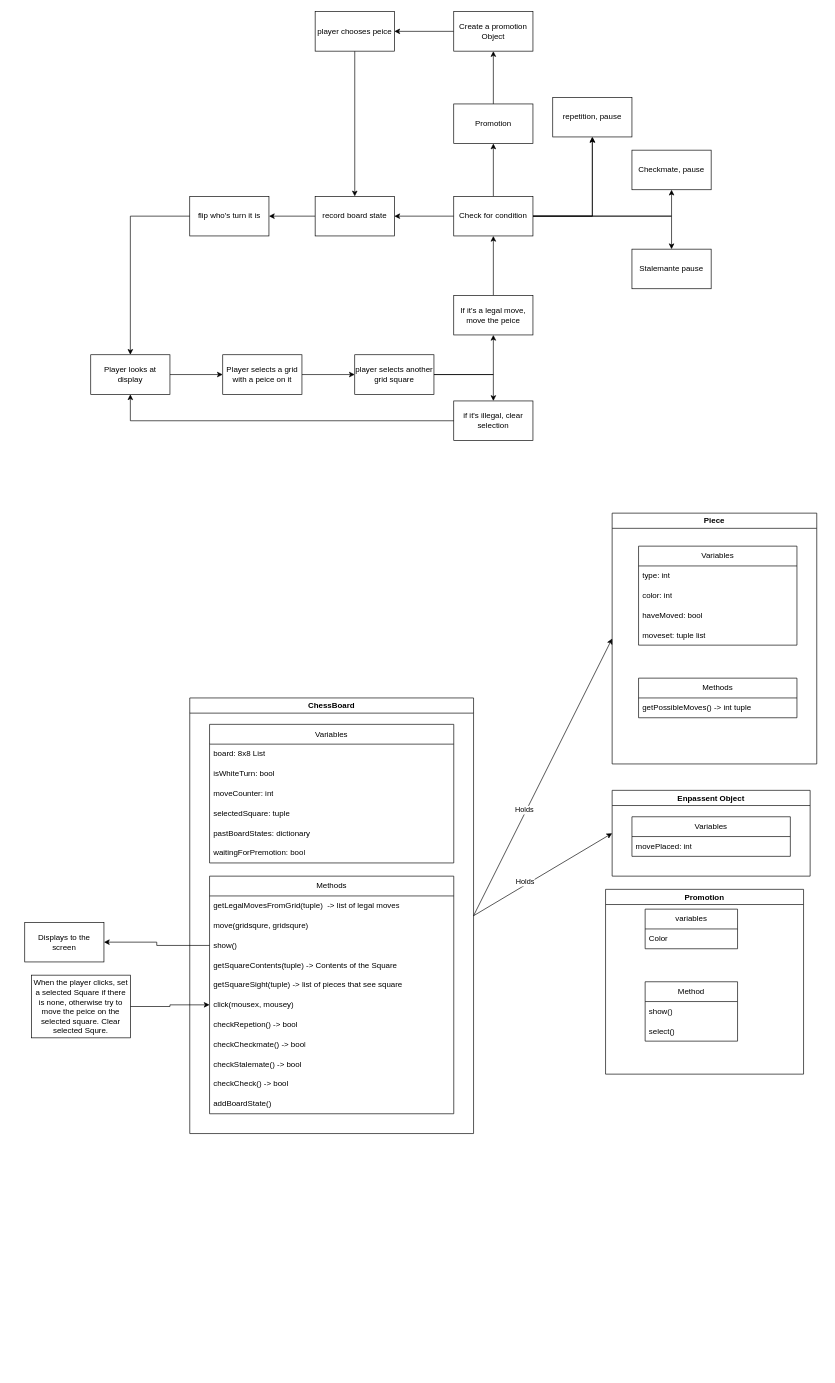
This is UML plans/ChessGame.drawio from KirilBourakov/PestoFish2, a draw.io file, before an edit. Source tidied: cells renumbered, new cells numbered last; positions are measured from the earlier drawing's top-left corner, leaving out a move shared by most shapes. Both pictures are drawn from the tidied source at 66%, with x=0, y=0 at pixel (24, 11).
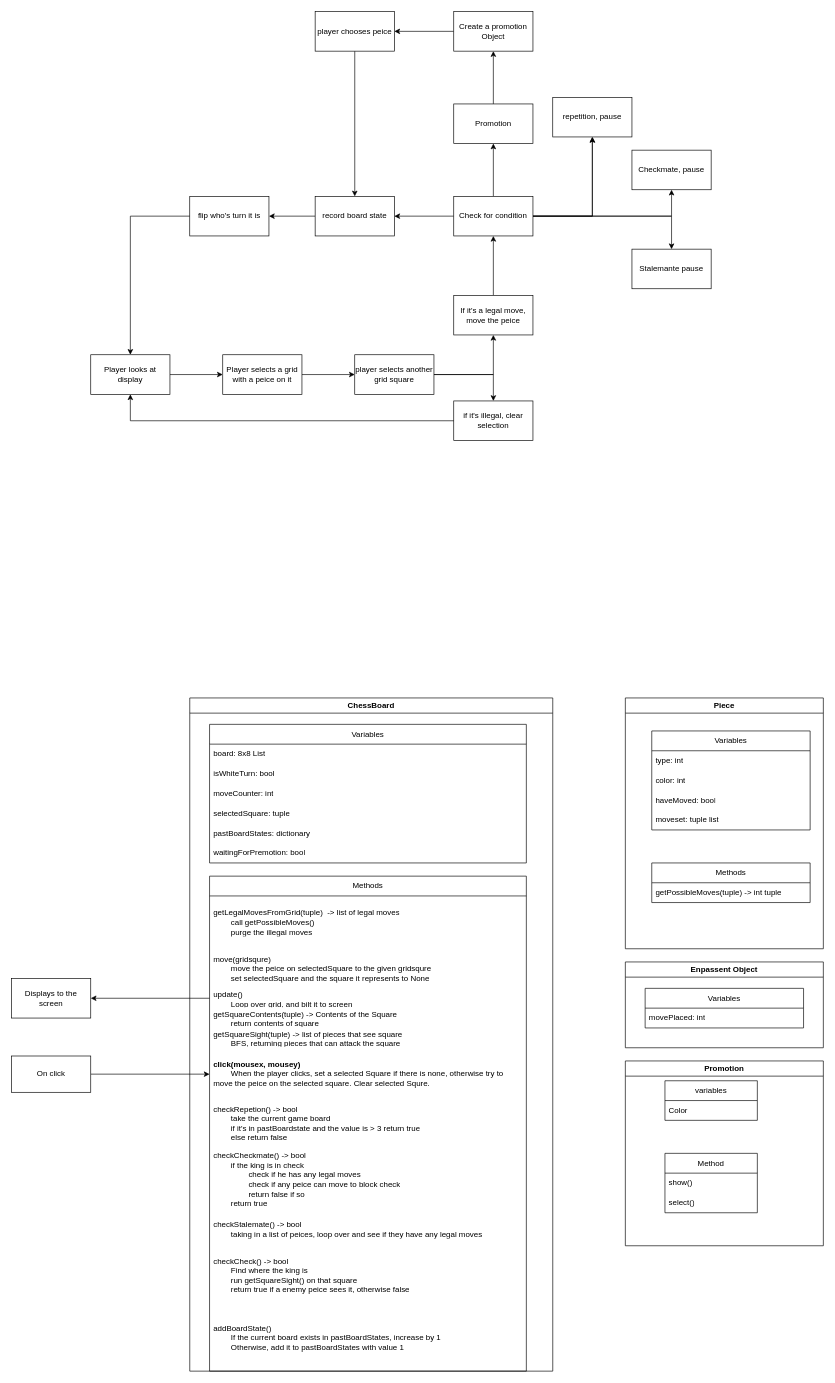
Above is the later version.

Commit message (it also covers changes not shown here):
updated chess game plan

The change refers to these unchanged cells:
```xml
<mxCell id="28" value="Methods" style="swimlane;fontStyle=0;horizontal=1;startSize=30;whiteSpace=wrap;html=1;" parent="22" vertex="1">
  <mxGeometry x="40" y="250" width="240" height="60" as="geometry" />
</mxCell>
```

Change to the diagram source:
```diff
@@
     <mxCell id="2" value="ChessBoard" style="swimlane;whiteSpace=wrap;html=1;" parent="1" vertex="1">
-      <mxGeometry x="250" y="1040" width="430" height="660" as="geometry" />
+      <mxGeometry x="250" y="1040" width="550" height="1020" as="geometry" />
     </mxCell>
     <mxCell id="3" value="Variables" style="swimlane;fontStyle=0;horizontal=1;startSize=30;whiteSpace=wrap;html=1;" parent="2" vertex="1">
-      <mxGeometry x="30" y="40" width="370" height="210" as="geometry" />
+      <mxGeometry x="30" y="40" width="480" height="210" as="geometry" />
     </mxCell>
     <mxCell id="4" value="&lt;span style=&quot;text-align: center;&quot;&gt;board: 8x8 List&lt;/span&gt;" style="text;strokeColor=none;fillColor=none;align=left;verticalAlign=middle;spacingLeft=4;spacingRight=4;overflow=hidden;whiteSpace=wrap;html=1;" parent="3" vertex="1">
-      <mxGeometry y="30" width="370" height="30" as="geometry" />
+      <mxGeometry y="30" width="480" height="30" as="geometry" />
     </mxCell>
     <mxCell id="5" value="isWhiteTurn: bool" style="text;strokeColor=none;fillColor=none;align=left;verticalAlign=middle;spacingLeft=4;spacingRight=4;overflow=hidden;whiteSpace=wrap;html=1;" parent="3" vertex="1">
-      <mxGeometry y="60" width="370" height="30" as="geometry" />
+      <mxGeometry y="60" width="480" height="30" as="geometry" />
     </mxCell>
     <mxCell id="6" value="moveCounter: int" style="text;strokeColor=none;fillColor=none;align=left;verticalAlign=middle;spacingLeft=4;spacingRight=4;overflow=hidden;whiteSpace=wrap;html=1;" parent="3" vertex="1">
-      <mxGeometry y="90" width="370" height="30" as="geometry" />
+      <mxGeometry y="90" width="480" height="30" as="geometry" />
     </mxCell>
     <mxCell id="7" value="selectedSquare: tuple" style="text;strokeColor=none;fillColor=none;align=left;verticalAlign=middle;spacingLeft=4;spacingRight=4;overflow=hidden;whiteSpace=wrap;html=1;" parent="3" vertex="1">
-      <mxGeometry y="120" width="370" height="30" as="geometry" />
+      <mxGeometry y="120" width="480" height="30" as="geometry" />
     </mxCell>
     <mxCell id="8" value="pastBoardStates: dictionary" style="text;strokeColor=none;fillColor=none;align=left;verticalAlign=middle;spacingLeft=4;spacingRight=4;overflow=hidden;whiteSpace=wrap;html=1;" parent="3" vertex="1">
-      <mxGeometry y="150" width="370" height="30" as="geometry" />
+      <mxGeometry y="150" width="480" height="30" as="geometry" />
     </mxCell>
     <mxCell id="9" value="waitingForPremotion: bool" style="text;strokeColor=none;fillColor=none;align=left;verticalAlign=middle;spacingLeft=4;spacingRight=4;overflow=hidden;whiteSpace=wrap;html=1;" parent="3" vertex="1">
-      <mxGeometry y="180" width="370" height="30" as="geometry" />
+      <mxGeometry y="180" width="480" height="30" as="geometry" />
     </mxCell>
     <mxCell id="10" value="Methods" style="swimlane;fontStyle=0;horizontal=1;startSize=30;whiteSpace=wrap;html=1;" parent="2" vertex="1">
-      <mxGeometry x="30" y="270" width="370" height="360" as="geometry" />
+      <mxGeometry x="30" y="270" width="480" height="750" as="geometry" />
     </mxCell>
-    <mxCell id="11" value="&lt;span style=&quot;text-align: center;&quot;&gt;getLegalMovesFromGrid(&lt;/span&gt;tuple&lt;span style=&quot;text-align: center;&quot;&gt;)&amp;nbsp; -&amp;gt; list of legal moves&lt;br&gt;&lt;/span&gt;" style="text;strokeColor=none;fillColor=none;align=left;verticalAlign=middle;spacingLeft=4;spacingRight=4;overflow=hidden;whiteSpace=wrap;html=1;" parent="10" vertex="1">
-      <mxGeometry y="30" width="370" height="30" as="geometry" />
+    <mxCell id="11" value="&lt;span style=&quot;text-align: center; text-wrap: nowrap;&quot;&gt;getLegalMovesFromGrid(tuple)&amp;nbsp; -&amp;gt; list of legal moves&lt;br&gt;&lt;/span&gt;&lt;span style=&quot;text-align: center;&quot;&gt;&lt;span style=&quot;white-space: pre;&quot;&gt;&#9;&lt;/span&gt;call getPossibleMoves()&lt;br&gt;&lt;span style=&quot;white-space: pre;&quot;&gt;&#9;&lt;/span&gt;purge the illegal moves&lt;br&gt;&lt;/span&gt;" style="text;strokeColor=none;fillColor=none;align=left;verticalAlign=middle;spacingLeft=4;spacingRight=4;overflow=hidden;whiteSpace=wrap;html=1;" parent="10" vertex="1">
+      <mxGeometry y="30" width="480" height="80" as="geometry" />
     </mxCell>
-    <mxCell id="12" value="move(gridsqure, gridsqure)" style="text;strokeColor=none;fillColor=none;align=left;verticalAlign=middle;spacingLeft=4;spacingRight=4;overflow=hidden;whiteSpace=wrap;html=1;" parent="10" vertex="1">
-      <mxGeometry y="60" width="370" height="30" as="geometry" />
+    <mxCell id="12" value="move(gridsqure)&lt;br&gt;&lt;span style=&quot;white-space: pre;&quot;&gt;&#9;&lt;/span&gt;move the peice on selectedSquare to the given gridsqure&lt;br&gt;&lt;span style=&quot;white-space: pre;&quot;&gt;&#9;&lt;/span&gt;set selectedSquare&amp;nbsp;and the square it represents to None" style="text;strokeColor=none;fillColor=none;align=left;verticalAlign=middle;spacingLeft=4;spacingRight=4;overflow=hidden;whiteSpace=wrap;html=1;" parent="10" vertex="1">
+      <mxGeometry y="110" width="480" height="60" as="geometry" />
     </mxCell>
-    <mxCell id="13" value="show()" style="text;strokeColor=none;fillColor=none;align=left;verticalAlign=middle;spacingLeft=4;spacingRight=4;overflow=hidden;points=[[0,0.5],[1,0.5]];portConstraint=eastwest;whiteSpace=wrap;html=1;" parent="10" vertex="1">
-      <mxGeometry y="90" width="370" height="30" as="geometry" />
+    <mxCell id="13" value="update()&lt;br&gt;&lt;span style=&quot;white-space: pre;&quot;&gt;&#9;&lt;/span&gt;Loop over grid, and bilt it to screen" style="text;strokeColor=none;fillColor=none;align=left;verticalAlign=middle;spacingLeft=4;spacingRight=4;overflow=hidden;points=[[0,0.5],[1,0.5]];portConstraint=eastwest;whiteSpace=wrap;html=1;" parent="10" vertex="1">
+      <mxGeometry y="170" width="480" height="30" as="geometry" />
     </mxCell>
-    <mxCell id="14" value="getSquareContents(tuple) -&amp;gt; Contents of the Square" style="text;strokeColor=none;fillColor=none;align=left;verticalAlign=middle;spacingLeft=4;spacingRight=4;overflow=hidden;whiteSpace=wrap;html=1;" parent="10" vertex="1">
-      <mxGeometry y="120" width="370" height="30" as="geometry" />
+    <mxCell id="14" value="getSquareContents(tuple) -&amp;gt; Contents of the Square&lt;span style=&quot;white-space: pre;&quot;&gt;&#9;&lt;/span&gt;&lt;div&gt;&lt;span style=&quot;white-space: pre;&quot;&gt;&#9;&lt;/span&gt;return contents of square&lt;br&gt;&lt;/div&gt;" style="text;strokeColor=none;fillColor=none;align=left;verticalAlign=middle;spacingLeft=4;spacingRight=4;overflow=hidden;whiteSpace=wrap;html=1;" parent="10" vertex="1">
+      <mxGeometry y="200" width="480" height="30" as="geometry" />
     </mxCell>
-    <mxCell id="15" value="getSquareSight(tuple) -&amp;gt; list of pieces that see square" style="text;strokeColor=none;fillColor=none;align=left;verticalAlign=middle;spacingLeft=4;spacingRight=4;overflow=hidden;whiteSpace=wrap;html=1;" parent="10" vertex="1">
-      <mxGeometry y="150" width="370" height="30" as="geometry" />
+    <mxCell id="15" value="getSquareSight(tuple) -&amp;gt; list of pieces that see square&lt;br&gt;&lt;span style=&quot;white-space: pre;&quot;&gt;&#9;&lt;/span&gt;BFS, returning pieces that can attack the square" style="text;strokeColor=none;fillColor=none;align=left;verticalAlign=middle;spacingLeft=4;spacingRight=4;overflow=hidden;whiteSpace=wrap;html=1;" parent="10" vertex="1">
+      <mxGeometry y="230" width="480" height="30" as="geometry" />
     </mxCell>
-    <mxCell id="16" value="click(mousex, mousey)" style="text;strokeColor=none;fillColor=none;align=left;verticalAlign=middle;spacingLeft=4;spacingRight=4;overflow=hidden;points=[[0,0.5],[1,0.5]];portConstraint=eastwest;whiteSpace=wrap;html=1;" parent="10" vertex="1">
-      <mxGeometry y="180" width="370" height="30" as="geometry" />
+    <mxCell id="16" value="&lt;b&gt;click(mousex, mousey)&lt;br&gt;&lt;/b&gt;&lt;span style=&quot;text-align: center;&quot;&gt;&lt;span style=&quot;white-space: pre;&quot;&gt;&#9;&lt;/span&gt;When the player clicks, set a selected Square if there is none, otherwise try to move the peice on the selected square. Clear selected Squre.&lt;/span&gt;" style="text;strokeColor=none;fillColor=none;align=left;verticalAlign=middle;spacingLeft=4;spacingRight=4;overflow=hidden;points=[[0,0.5],[1,0.5]];portConstraint=eastwest;whiteSpace=wrap;html=1;" parent="10" vertex="1">
+      <mxGeometry y="260" width="480" height="80" as="geometry" />
     </mxCell>
-    <mxCell id="17" value="checkRepetion() -&amp;gt; bool" style="text;strokeColor=none;fillColor=none;align=left;verticalAlign=middle;spacingLeft=4;spacingRight=4;overflow=hidden;whiteSpace=wrap;html=1;" parent="10" vertex="1">
-      <mxGeometry y="210" width="370" height="30" as="geometry" />
+    <mxCell id="17" value="checkRepetion() -&amp;gt; bool&lt;div&gt;&lt;span style=&quot;white-space: pre;&quot;&gt;&#9;&lt;/span&gt;take the current game board&lt;br&gt;&lt;span style=&quot;white-space: pre;&quot;&gt;&#9;&lt;/span&gt;if it's in pastBoardstate and the value is &amp;gt; 3 return true&lt;br&gt;&lt;span style=&quot;white-space: pre;&quot;&gt;&#9;&lt;/span&gt;else return false&lt;br&gt;&lt;/div&gt;" style="text;strokeColor=none;fillColor=none;align=left;verticalAlign=middle;spacingLeft=4;spacingRight=4;overflow=hidden;whiteSpace=wrap;html=1;" parent="10" vertex="1">
+      <mxGeometry y="340" width="480" height="70" as="geometry" />
     </mxCell>
-    <mxCell id="18" value="checkCheckmate() -&amp;gt; bool" style="text;strokeColor=none;fillColor=none;align=left;verticalAlign=middle;spacingLeft=4;spacingRight=4;overflow=hidden;whiteSpace=wrap;html=1;" parent="10" vertex="1">
-      <mxGeometry y="240" width="370" height="30" as="geometry" />
+    <mxCell id="18" value="checkCheckmate() -&amp;gt; bool&lt;br&gt;&lt;span style=&quot;white-space: pre;&quot;&gt;&#9;&lt;/span&gt;if the king is in check&lt;br&gt;&lt;span style=&quot;white-space: pre;&quot;&gt;&#9;&lt;/span&gt;&lt;span style=&quot;white-space: pre;&quot;&gt;&#9;&lt;/span&gt;check if he has any legal moves&lt;br&gt;&lt;span style=&quot;white-space: pre;&quot;&gt;&#9;&lt;/span&gt;&lt;span style=&quot;white-space: pre;&quot;&gt;&#9;&lt;/span&gt;check if any peice can move to block check&lt;div&gt;&lt;span style=&quot;white-space: pre;&quot;&gt;&#9;&lt;/span&gt;&lt;span style=&quot;white-space: pre;&quot;&gt;&#9;&lt;/span&gt;return false if so&lt;br&gt;&lt;span style=&quot;white-space: pre;&quot;&gt;&#9;&lt;/span&gt;return true&amp;nbsp;&lt;/div&gt;" style="text;strokeColor=none;fillColor=none;align=left;verticalAlign=middle;spacingLeft=4;spacingRight=4;overflow=hidden;whiteSpace=wrap;html=1;" parent="10" vertex="1">
+      <mxGeometry y="410" width="480" height="100" as="geometry" />
     </mxCell>
-    <mxCell id="19" value="checkStalemate() -&amp;gt; bool" style="text;strokeColor=none;fillColor=none;align=left;verticalAlign=middle;spacingLeft=4;spacingRight=4;overflow=hidden;whiteSpace=wrap;html=1;" parent="10" vertex="1">
-      <mxGeometry y="270" width="370" height="30" as="geometry" />
+    <mxCell id="19" value="checkStalemate() -&amp;gt; bool&lt;br&gt;&lt;span style=&quot;white-space: pre;&quot;&gt;&#9;&lt;/span&gt;taking in a list of peices, loop over and see if they have any legal moves&amp;nbsp;" style="text;strokeColor=none;fillColor=none;align=left;verticalAlign=middle;spacingLeft=4;spacingRight=4;overflow=hidden;whiteSpace=wrap;html=1;" parent="10" vertex="1">
+      <mxGeometry y="510" width="480" height="50" as="geometry" />
     </mxCell>
-    <mxCell id="20" value="checkCheck() -&amp;gt; bool" style="text;strokeColor=none;fillColor=none;align=left;verticalAlign=middle;spacingLeft=4;spacingRight=4;overflow=hidden;whiteSpace=wrap;html=1;" parent="10" vertex="1">
-      <mxGeometry y="300" width="370" height="30" as="geometry" />
+    <mxCell id="20" value="checkCheck() -&amp;gt; bool&lt;br&gt;&lt;span style=&quot;white-space: pre;&quot;&gt;&#9;&lt;/span&gt;Find where the king is&lt;br&gt;&lt;span style=&quot;white-space: pre;&quot;&gt;&#9;&lt;/span&gt;run getSquareSight() on that square&lt;br&gt;&lt;span style=&quot;white-space: pre;&quot;&gt;&#9;&lt;/span&gt;return true if a enemy peice sees it, otherwise false" style="text;strokeColor=none;fillColor=none;align=left;verticalAlign=middle;spacingLeft=4;spacingRight=4;overflow=hidden;whiteSpace=wrap;html=1;" parent="10" vertex="1">
+      <mxGeometry y="560" width="480" height="90" as="geometry" />
     </mxCell>
-    <mxCell id="21" value="addBoardState()" style="text;strokeColor=none;fillColor=none;align=left;verticalAlign=middle;spacingLeft=4;spacingRight=4;overflow=hidden;whiteSpace=wrap;html=1;" parent="10" vertex="1">
-      <mxGeometry y="330" width="370" height="30" as="geometry" />
+    <mxCell id="21" value="addBoardState()&lt;div&gt;&lt;span style=&quot;white-space: pre;&quot;&gt;&#9;&lt;/span&gt;If the current board exists in&amp;nbsp;&lt;span style=&quot;background-color: initial;&quot;&gt;pastBoardStates, increase by 1&lt;br&gt;&lt;/span&gt;&lt;span style=&quot;background-color: initial;&quot;&gt;&lt;span style=&quot;white-space: pre;&quot;&gt;&#9;&lt;/span&gt;Otherwise, add it to&amp;nbsp;&lt;/span&gt;&lt;span style=&quot;background-color: initial;&quot;&gt;pastBoardStates with value 1&lt;/span&gt;&lt;/div&gt;" style="text;strokeColor=none;fillColor=none;align=left;verticalAlign=middle;spacingLeft=4;spacingRight=4;overflow=hidden;whiteSpace=wrap;html=1;" parent="10" vertex="1">
+      <mxGeometry y="650" width="480" height="100" as="geometry" />
     </mxCell>
     <mxCell id="22" value="Piece" style="swimlane;whiteSpace=wrap;html=1;" parent="1" vertex="1">
-      <mxGeometry x="890" y="760" width="310" height="380" as="geometry" />
+      <mxGeometry x="910" y="1040" width="300" height="380" as="geometry" />
     </mxCell>
@@
-    <mxCell id="29" value="getPossibleMoves() -&amp;gt; int tuple" style="text;strokeColor=none;fillColor=none;align=left;verticalAlign=middle;spacingLeft=4;spacingRight=4;overflow=hidden;whiteSpace=wrap;html=1;" parent="28" vertex="1">
+    <mxCell id="29" value="getPossibleMoves(&lt;span style=&quot;text-align: center; text-wrap: nowrap;&quot;&gt;tuple&lt;/span&gt;) -&amp;gt; int tuple" style="text;strokeColor=none;fillColor=none;align=left;verticalAlign=middle;spacingLeft=4;spacingRight=4;overflow=hidden;whiteSpace=wrap;html=1;" parent="28" vertex="1">
       <mxGeometry y="30" width="240" height="30" as="geometry" />
     </mxCell>
-    <mxCell id="30" style="endArrow=classic;html=1;rounded=0;entryX=0;entryY=0.5;entryDx=0;entryDy=0;exitX=1;exitY=0.5;exitDx=0;exitDy=0;" parent="1" edge="1" source="2" target="22">
-      <mxGeometry relative="1" as="geometry" />
-    </mxCell>
-    <mxCell id="31" value="Holds" style="edgeLabel;html=1;align=center;verticalAlign=middle;" parent="30" vertex="1">
-      <mxGeometry x="-0.24" y="4" relative="1" as="geometry" />
-    </mxCell>
     <mxCell id="32" value="Enpassent Object" style="swimlane;whiteSpace=wrap;html=1;" parent="1" vertex="1">
-      <mxGeometry x="890" y="1180" width="300" height="130" as="geometry" />
+      <mxGeometry x="910" y="1440" width="300" height="130" as="geometry" />
     </mxCell>
@@
-    <mxCell id="35" style="endArrow=classic;html=1;rounded=0;entryX=0;entryY=0.5;entryDx=0;entryDy=0;exitX=1;exitY=0.5;exitDx=0;exitDy=0;" parent="1" edge="1" source="2" target="32">
-      <mxGeometry relative="1" as="geometry" />
-    </mxCell>
-    <mxCell id="36" value="Holds" style="edgeLabel;html=1;align=center;verticalAlign=middle;" parent="35" vertex="1">
-      <mxGeometry x="-0.24" y="4" relative="1" as="geometry" />
-    </mxCell>
@@
     <mxCell id="38" value="Displays to the screen" style="rounded=0;whiteSpace=wrap;html=1;" parent="1" vertex="1">
-      <mxGeometry y="1380" width="120" height="60" as="geometry" />
+      <mxGeometry x="-20" y="1465" width="120" height="60" as="geometry" />
     </mxCell>
@@
-    <mxCell id="40" value="When the player clicks, set a selected Square if there is none, otherwise try to move the peice on the selected square. Clear selected Squre." style="rounded=0;whiteSpace=wrap;html=1;" parent="1" vertex="1">
-      <mxGeometry x="10" y="1460" width="150" height="95" as="geometry" />
+    <mxCell id="40" value="On click" style="rounded=0;whiteSpace=wrap;html=1;" parent="1" vertex="1">
+      <mxGeometry x="-20" y="1582.5" width="120" height="55" as="geometry" />
     </mxCell>
     <mxCell id="41" value="Promotion" style="swimlane;whiteSpace=wrap;html=1;" parent="1" vertex="1">
-      <mxGeometry x="880" y="1330" width="300" height="280" as="geometry" />
+      <mxGeometry x="910" y="1590" width="300" height="280" as="geometry" />
     </mxCell>
```
